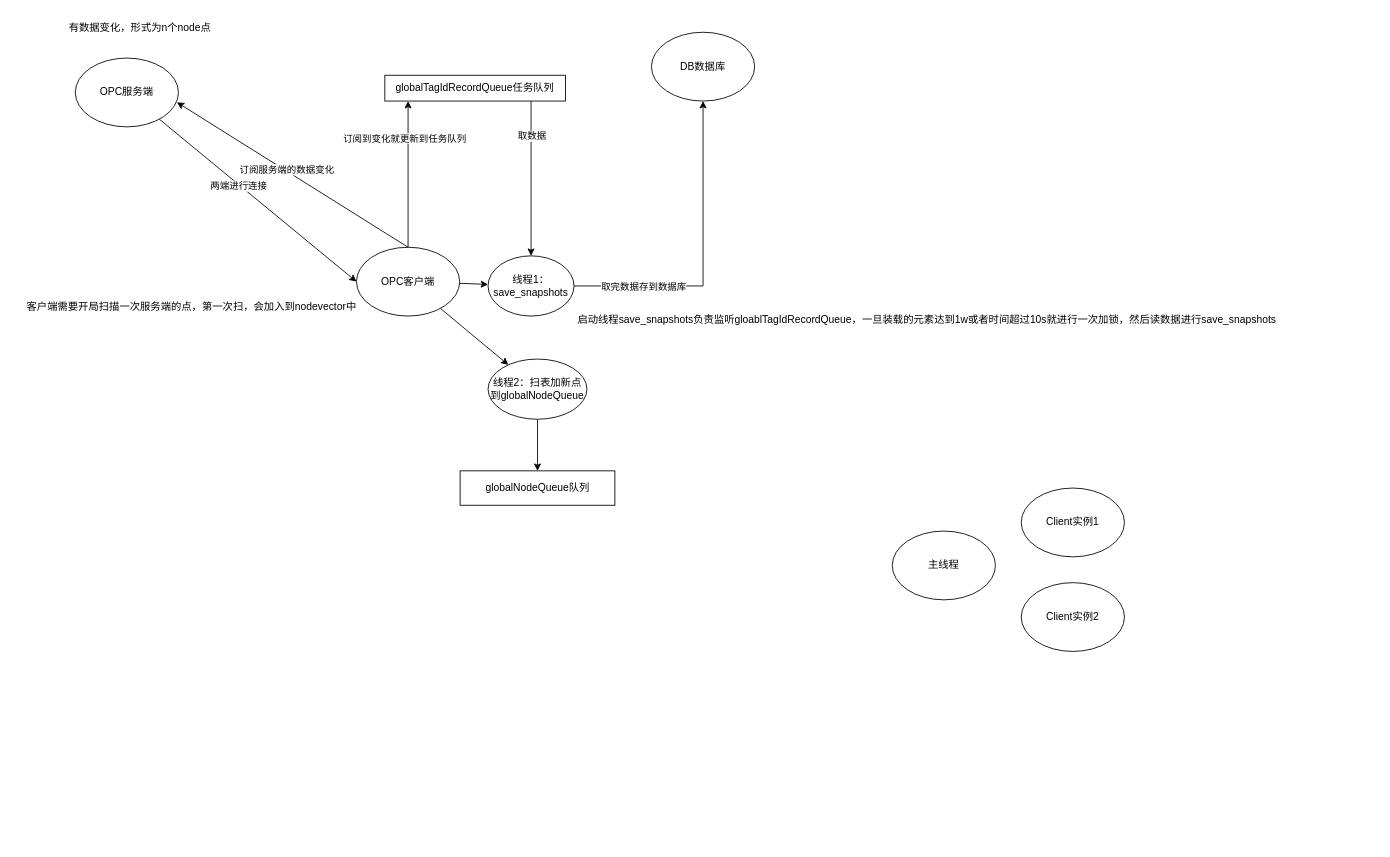
qq1937443459/Drawing-Repository keeps this draw.io diagram as opc数采客户端.drawio. Above is the earlier version. Source tidied: cells renumbered, new cells numbered last; positions are measured from the earlier drawing's top-left corner, leaving out a move shared by most shapes. Both pictures are drawn from the tidied source at 86%, with x=0, y=0 at pixel (15, 15).
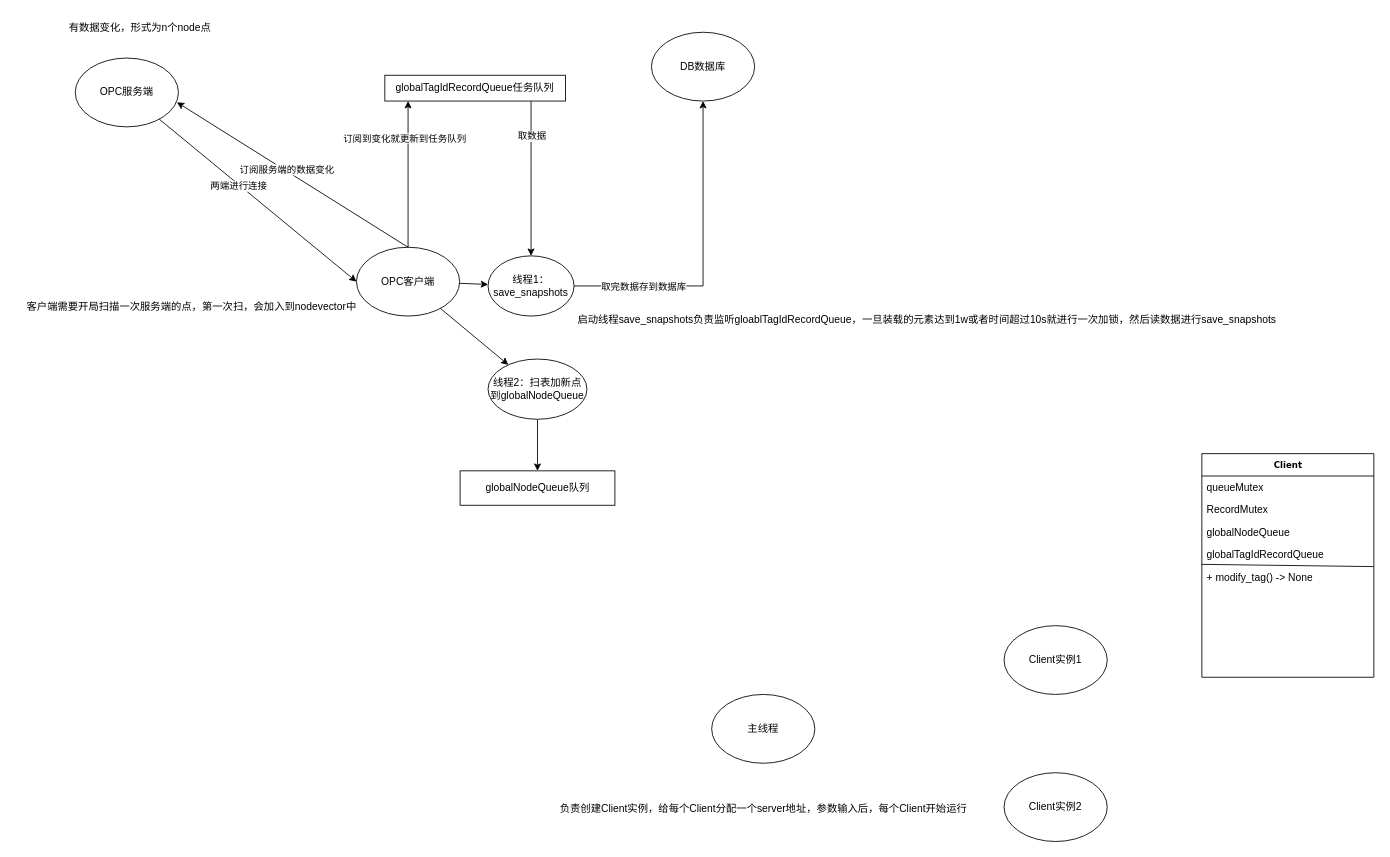
The same diagram, later.

Commit message (it also covers changes not shown here):
更新opc数采客户端.drawio

What changed in the source:
```diff
@@
     <mxCell id="25" value="主线程" style="ellipse;whiteSpace=wrap;html=1;" parent="1" vertex="1">
-      <mxGeometry x="1020" y="600" width="120" height="80" as="geometry" />
+      <mxGeometry x="810" y="790" width="120" height="80" as="geometry" />
     </mxCell>
     <mxCell id="26" value="Client实例1" style="ellipse;whiteSpace=wrap;html=1;" parent="1" vertex="1">
-      <mxGeometry x="1170" y="550" width="120" height="80" as="geometry" />
+      <mxGeometry x="1150" y="710" width="120" height="80" as="geometry" />
     </mxCell>
     <mxCell id="27" value="Client实例2" style="ellipse;whiteSpace=wrap;html=1;" parent="1" vertex="1">
-      <mxGeometry x="1170" y="660" width="120" height="80" as="geometry" />
+      <mxGeometry x="1150" y="881" width="120" height="80" as="geometry" />
     </mxCell>
+    <mxCell id="28" value="负责创建Client实例，给每个Client分配一个server地址，参数输入后，每个Client开始运行" style="text;html=1;align=center;verticalAlign=middle;strokeColor=none;fillColor=none;" parent="1" vertex="1">
+      <mxGeometry x="620" y="908" width="500" height="30" as="geometry" />
+    </mxCell>
+    <mxCell id="29" value="&lt;b&gt;Client&lt;/b&gt;" style="swimlane;html=1;fontStyle=0;horizontal=1;startSize=26;fillColor=none;swimlaneFillColor=#ffffff;rounded=0;shadow=0;comic=0;labelBackgroundColor=none;strokeWidth=1;fontFamily=Verdana;fontSize=10;align=center;" parent="1" vertex="1">
+      <mxGeometry x="1380" y="510" width="200" height="260" as="geometry" />
+    </mxCell>
+    <mxCell id="30" value="&lt;span style=&quot;text-align: center;&quot;&gt;queueMutex&lt;/span&gt;" style="text;html=1;strokeColor=none;fillColor=none;align=left;verticalAlign=top;spacingLeft=4;spacingRight=4;whiteSpace=wrap;overflow=hidden;" parent="29" vertex="1">
+      <mxGeometry y="26" width="200" height="26" as="geometry" />
+    </mxCell>
+    <mxCell id="31" value="&lt;span style=&quot;text-align: center;&quot;&gt;RecordMutex&lt;/span&gt;" style="text;html=1;strokeColor=none;fillColor=none;align=left;verticalAlign=top;spacingLeft=4;spacingRight=4;whiteSpace=wrap;overflow=hidden;" parent="29" vertex="1">
+      <mxGeometry y="52" width="200" height="26" as="geometry" />
+    </mxCell>
+    <mxCell id="32" value="&lt;span style=&quot;text-align: center;&quot;&gt;globalNodeQueue&lt;/span&gt;" style="text;html=1;strokeColor=none;fillColor=none;align=left;verticalAlign=top;spacingLeft=4;spacingRight=4;whiteSpace=wrap;overflow=hidden;" parent="29" vertex="1">
+      <mxGeometry y="78" width="200" height="26" as="geometry" />
+    </mxCell>
+    <mxCell id="33" value="&lt;span style=&quot;text-align: center;&quot;&gt;globalTagIdRecordQueue&lt;/span&gt;" style="text;html=1;strokeColor=none;fillColor=none;align=left;verticalAlign=top;spacingLeft=4;spacingRight=4;whiteSpace=wrap;overflow=hidden;" parent="29" vertex="1">
+      <mxGeometry y="104" width="200" height="26" as="geometry" />
+    </mxCell>
+    <mxCell id="34" value="+&amp;nbsp;modify_tag() -&amp;gt; None" style="text;html=1;strokeColor=none;fillColor=none;align=left;verticalAlign=top;spacingLeft=4;spacingRight=4;whiteSpace=wrap;overflow=hidden;points=[[0,0.5],[1,0.5]];portConstraint=eastwest;" parent="29" vertex="1">
+      <mxGeometry y="130" width="200" height="26" as="geometry" />
+    </mxCell>
+    <mxCell id="35" style="endArrow=none;html=1;rounded=0;entryX=0.998;entryY=0.051;entryDx=0;entryDy=0;entryPerimeter=0;exitX=-0.001;exitY=-0.049;exitDx=0;exitDy=0;exitPerimeter=0;" parent="29" edge="1" source="34" target="34">
+      <mxGeometry relative="1" as="geometry" />
+    </mxCell>
```
